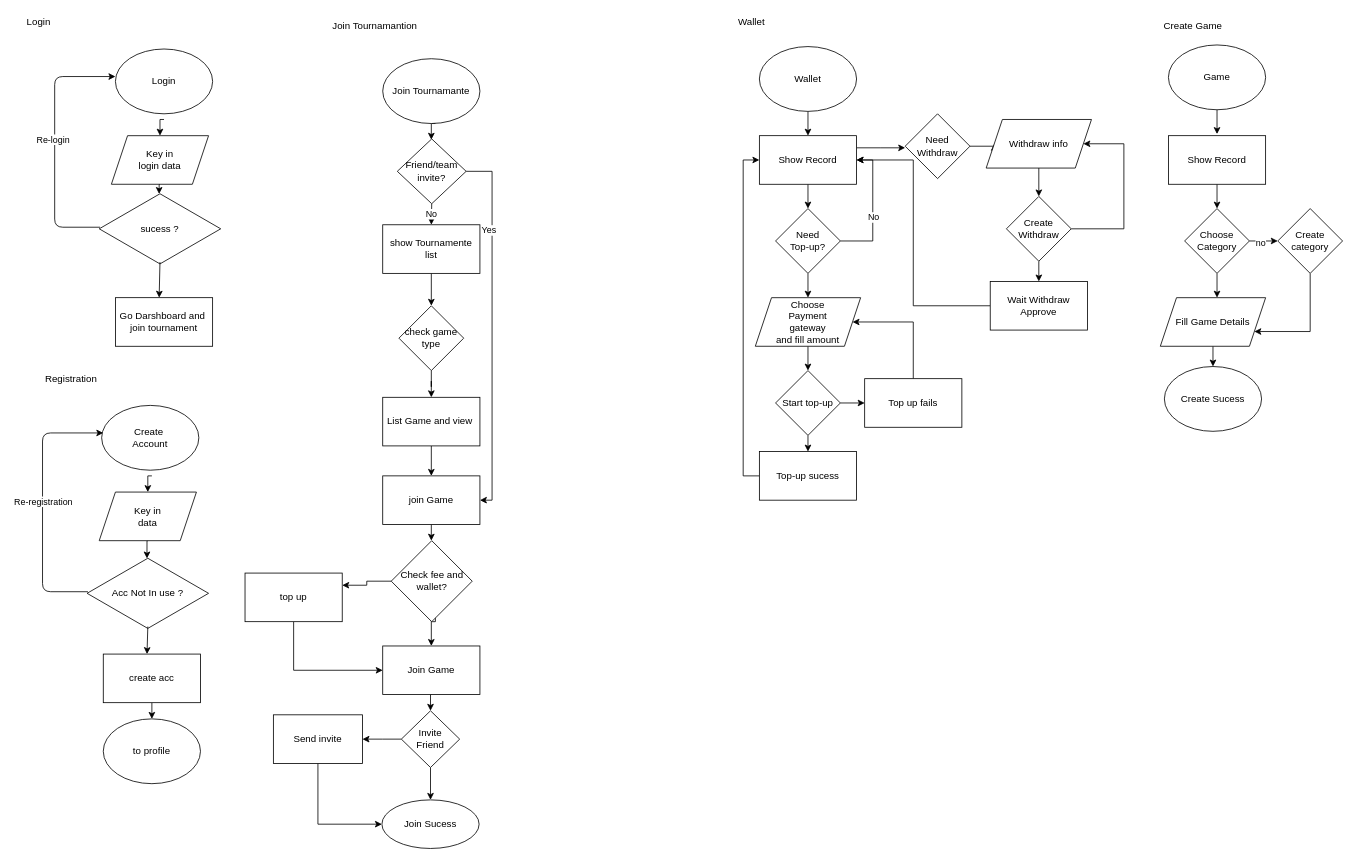
The draw.io diagram page "Flow chart" (3 of 9) of Untitled Diagram.drawio in krtechndesign/facejs, before the edit. Source tidied: cells renumbered, new cells numbered last; positions are measured from the earlier drawing's top-left corner, leaving out a move shared by most shapes. Both pictures are drawn from the tidied source at 81%, with x=0, y=0 at pixel (22, 14).
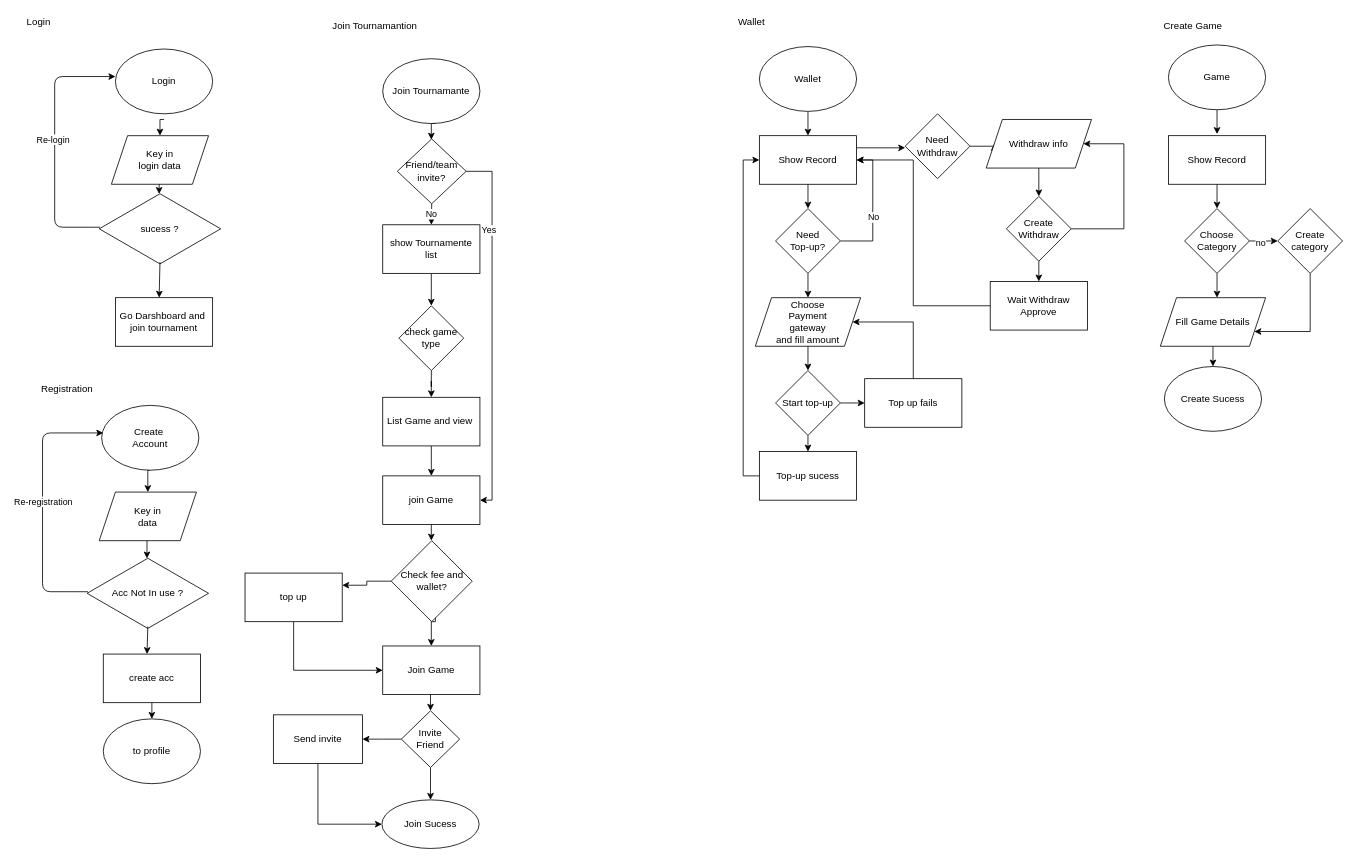
After the change.

Unchanged cells that the change refers to:
```xml
<mxCell id="13" value="Key in &lt;br&gt;data" style="shape=parallelogram;perimeter=parallelogramPerimeter;whiteSpace=wrap;html=1;fixedSize=1;" parent="1" vertex="1">
  <mxGeometry x="95" y="590" width="120" height="60" as="geometry" />
</mxCell>
<mxCell id="38" value="Create&amp;nbsp;&lt;br&gt;Account" style="ellipse;whiteSpace=wrap;html=1;" parent="1" vertex="1">
  <mxGeometry x="98" y="483" width="120" height="80" as="geometry" />
</mxCell>
```

The edit, as a diff of the source:
```diff
@@
-    <mxCell id="11" style="edgeStyle=orthogonalEdgeStyle;rounded=0;jettySize=auto;html=1;exitX=0.5;exitY=1;exitDx=0;exitDy=0;entryX=0.5;entryY=0;entryDx=0;entryDy=0;" parent="1" edge="1" target="13">
-      <mxGeometry relative="1" as="geometry">
-        <mxPoint x="160" y="570" as="sourcePoint" />
-      </mxGeometry>
+    <mxCell id="11" style="edgeStyle=orthogonalEdgeStyle;rounded=0;jettySize=auto;html=1;exitX=0.5;exitY=1;exitDx=0;exitDy=0;entryX=0.5;entryY=0;entryDx=0;entryDy=0;" parent="1" edge="1" source="38" target="13">
+      <mxGeometry relative="1" as="geometry" />
     </mxCell>
@@
     <mxCell id="23" value="Registration" style="text;html=1;align=center;verticalAlign=middle;strokeColor=none;fillColor=none;" parent="1" vertex="1">
-      <mxGeometry x="20" y="440" width="80" height="20" as="geometry" />
+      <mxGeometry x="15" y="453" width="80" height="20" as="geometry" />
     </mxCell>
```
